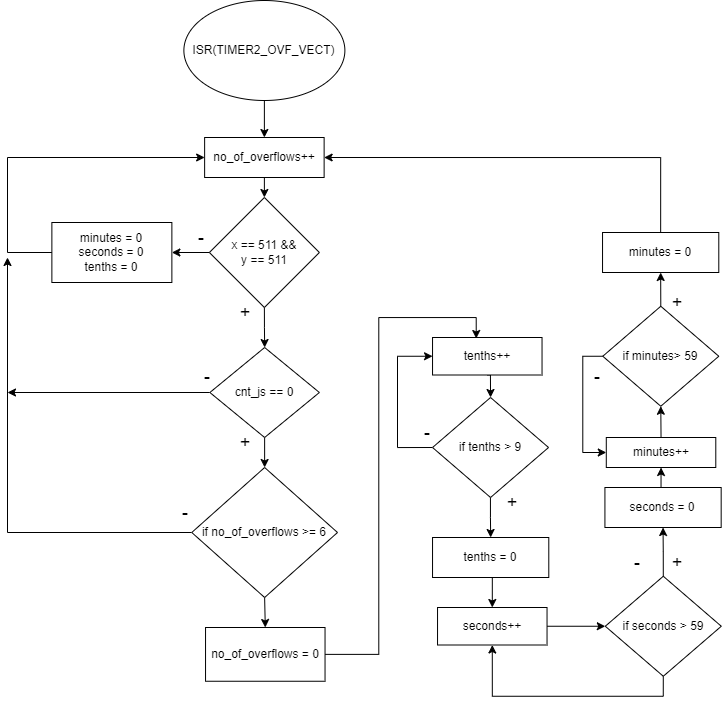
Earlier version of the draw.io export project1/Stopwatch.drawio.png (OndraFoltyn/digital-electronics-2). Source tidied: cells renumbered, new cells last; positions are measured from the earlier drawing's top-left corner, leaving out a move shared by most shapes.
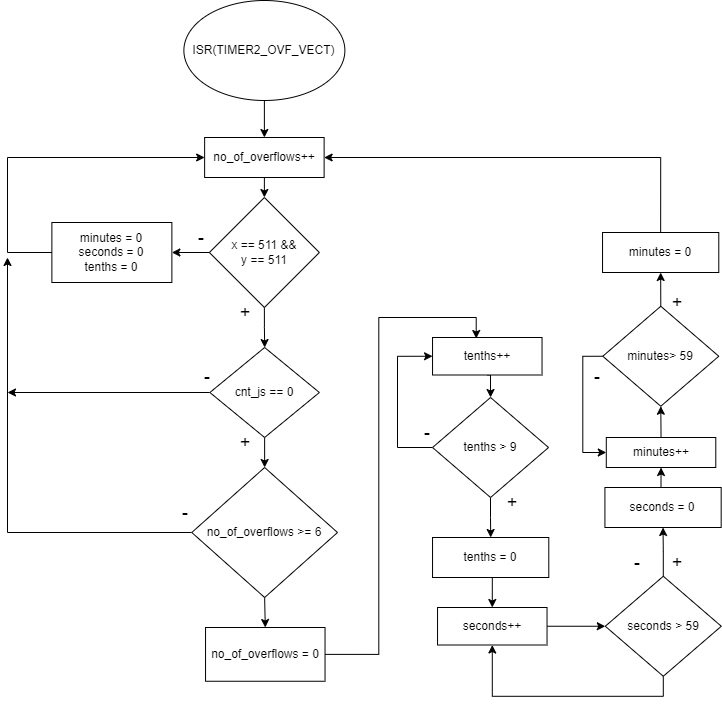
Above is the later version.

Change to the diagram source:
```diff
@@ -27,7 +27,7 @@
         <mxPoint y="257" as="targetPoint" />
       </mxGeometry>
     </mxCell>
-    <mxCell id="9" value="if no_of_overflows &amp;gt;= 6" style="rhombus;whiteSpace=wrap;html=1;" parent="1" vertex="1">
+    <mxCell id="9" value="no_of_overflows &amp;gt;= 6" style="rhombus;whiteSpace=wrap;html=1;" parent="1" vertex="1">
       <mxGeometry x="184.3" y="467" width="145.8" height="130" as="geometry" />
     </mxCell>
     <mxCell id="10" style="edgeStyle=orthogonalEdgeStyle;rounded=0;jettySize=auto;html=1;exitX=1;exitY=0.5;exitDx=0;exitDy=0;entryX=0.399;entryY=0.027;entryDx=0;entryDy=0;entryPerimeter=0;" parent="1" edge="1" source="11" target="13">
@@ -53,7 +53,7 @@
         </Array>
       </mxGeometry>
     </mxCell>
-    <mxCell id="16" value="if tenths &amp;gt; 9" style="rhombus;whiteSpace=wrap;html=1;rounded=0;" parent="1" vertex="1">
+    <mxCell id="16" value="tenths &amp;gt; 9" style="rhombus;whiteSpace=wrap;html=1;rounded=0;" parent="1" vertex="1">
       <mxGeometry x="425" y="397" width="116" height="100" as="geometry" />
     </mxCell>
     <mxCell id="17" value="&lt;font style=&quot;font-size: 18px;&quot;&gt;-&lt;/font&gt;" style="text;html=1;strokeColor=none;fillColor=none;align=center;verticalAlign=middle;whiteSpace=wrap;rounded=0;" parent="1" vertex="1">
@@ -77,7 +77,7 @@
     <mxCell id="23" style="edgeStyle=orthogonalEdgeStyle;rounded=0;jettySize=auto;html=1;exitX=0.5;exitY=1;exitDx=0;exitDy=0;entryX=0.5;entryY=1;entryDx=0;entryDy=0;fontSize=18;" parent="1" edge="1" source="24" target="21">
       <mxGeometry relative="1" as="geometry" />
     </mxCell>
-    <mxCell id="24" value="if seconds &amp;gt; 59" style="rhombus;whiteSpace=wrap;html=1;rounded=0;" parent="1" vertex="1">
+    <mxCell id="24" value="seconds &amp;gt; 59" style="rhombus;whiteSpace=wrap;html=1;rounded=0;" parent="1" vertex="1">
       <mxGeometry x="597.8" y="575.8" width="116" height="100" as="geometry" />
     </mxCell>
     <mxCell id="25" style="edgeStyle=orthogonalEdgeStyle;rounded=0;jettySize=auto;html=1;exitX=0.5;exitY=0;exitDx=0;exitDy=0;entryX=0.5;entryY=1;entryDx=0;entryDy=0;fontSize=18;" parent="1" edge="1" source="26" target="28">
@@ -98,7 +98,7 @@
     <mxCell id="30" style="edgeStyle=orthogonalEdgeStyle;rounded=0;jettySize=auto;html=1;exitX=0;exitY=0.5;exitDx=0;exitDy=0;entryX=0;entryY=0.5;entryDx=0;entryDy=0;fontSize=18;" parent="1" edge="1" source="31" target="28">
       <mxGeometry relative="1" as="geometry" />
     </mxCell>
-    <mxCell id="31" value="if minutes&amp;gt; 59" style="rhombus;whiteSpace=wrap;html=1;rounded=0;" parent="1" vertex="1">
+    <mxCell id="31" value="minutes&amp;gt; 59" style="rhombus;whiteSpace=wrap;html=1;rounded=0;" parent="1" vertex="1">
       <mxGeometry x="595.3" y="305.8" width="116" height="100" as="geometry" />
     </mxCell>
     <mxCell id="32" style="edgeStyle=orthogonalEdgeStyle;rounded=0;jettySize=auto;html=1;exitX=0.5;exitY=0;exitDx=0;exitDy=0;entryX=1;entryY=0.5;entryDx=0;entryDy=0;" parent="1" edge="1" source="33" target="46">
```
